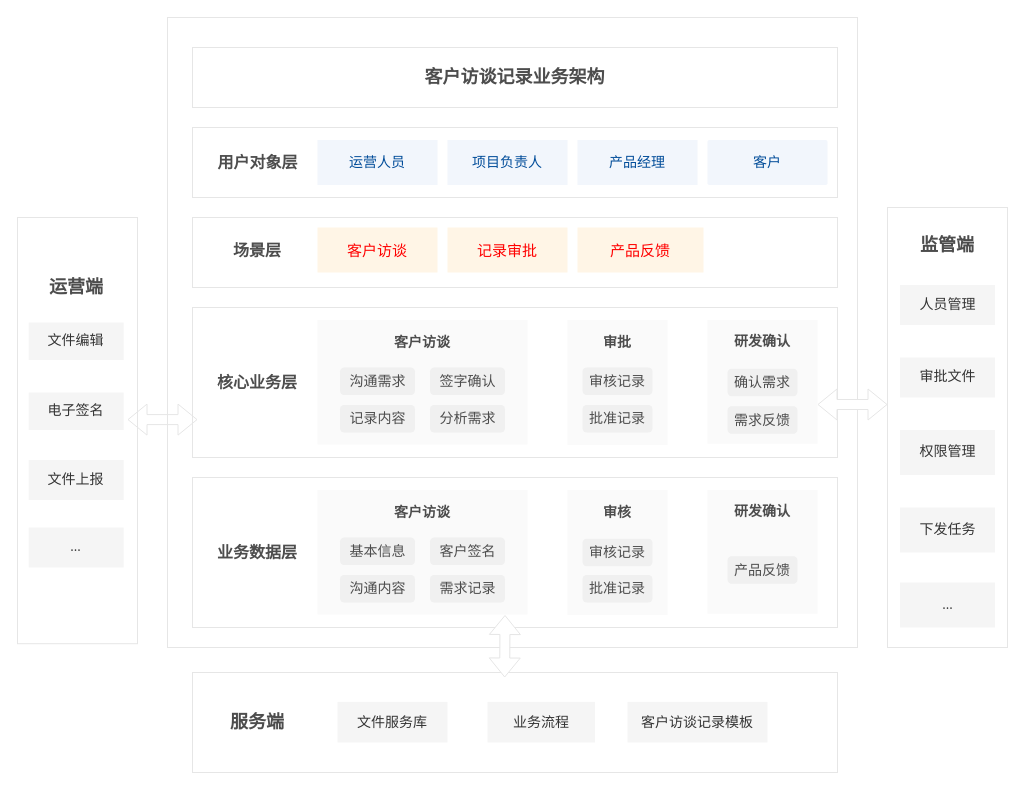
The draw.io diagram Copy of 客户访谈记录-业务架构图.drawio in hwt5813780/car, before the edit. Source tidied: cells renumbered, new cells numbered last; positions are measured from the earlier drawing's top-left corner, leaving out a move shared by most shapes. Both pictures are drawn from the tidied source at 100%, with x=0, y=0 at pixel (17, 17).
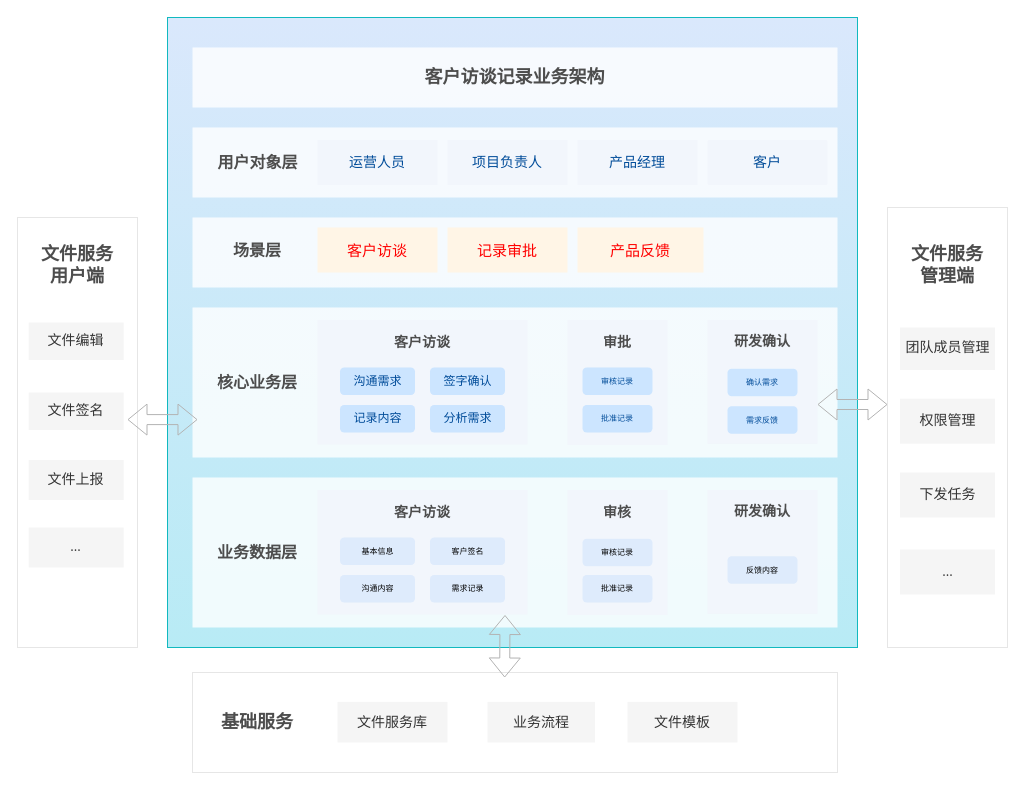
The same page after the edit.

Commit message:
Update Copy of 客户访谈记录-业务架构图.drawio

Unchanged cells that the change refers to:
```xml
<mxCell id="33" style="rounded=0;whiteSpace=wrap;html=1;fontFamily=Times New Roman;fontSize=18;strokeWidth=1;fillColor=#FFFFFF;strokeColor=#E6E6E6;" parent="1" vertex="1">
  <mxGeometry x="175" y="655" width="645" height="100" as="geometry" />
</mxCell>
```

The edit, as a diff of the source:
```diff
@@
-    <mxCell id="2" style="rounded=0;whiteSpace=wrap;html=1;strokeColor=#E6E6E6;" parent="1" vertex="1">
+    <mxCell id="2" style="rounded=0;whiteSpace=wrap;html=1;fillColor=#dae8fc;strokeColor=#11B9BF;gradientColor=#B8EBF5;gradientDirection=south;sketch=0;" parent="1" vertex="1">
       <mxGeometry x="150" width="690" height="630" as="geometry" />
     </mxCell>
-    <mxCell id="3" value="&lt;span style=&quot;font-size: 18px;&quot;&gt;客户访谈记录业务架构&lt;/span&gt;" style="rounded=0;whiteSpace=wrap;html=1;fontSize=18;fontStyle=1;strokeColor=#E6E6E6;fontColor=#4D4D4D;shadow=0;" parent="1" vertex="1">
+    <mxCell id="3" value="&lt;span style=&quot;font-size: 18px;&quot;&gt;客户访谈记录业务架构&lt;/span&gt;" style="rounded=0;whiteSpace=wrap;html=1;fontSize=18;fontStyle=1;strokeColor=none;fontColor=#4D4D4D;shadow=0;opacity=80;" parent="1" vertex="1">
       <mxGeometry x="175" y="30" width="645" height="60" as="geometry" />
     </mxCell>
-    <mxCell id="4" style="rounded=1;whiteSpace=wrap;html=1;fontSize=14;strokeColor=#E6E6E6;arcSize=0;shadow=0;" parent="1" vertex="1">
+    <mxCell id="4" style="rounded=1;whiteSpace=wrap;html=1;fontSize=14;strokeColor=none;arcSize=0;shadow=0;opacity=80;" parent="1" vertex="1">
       <mxGeometry x="175" y="110" width="645" height="70" as="geometry" />
     </mxCell>
@@
-    <mxCell id="10" style="rounded=1;whiteSpace=wrap;html=1;fontSize=14;strokeColor=#E6E6E6;arcSize=0;shadow=0;" parent="1" vertex="1">
+    <mxCell id="10" style="rounded=1;whiteSpace=wrap;html=1;fontSize=14;strokeColor=none;arcSize=0;shadow=0;opacity=80;" parent="1" vertex="1">
       <mxGeometry x="175" y="200" width="645" height="70" as="geometry" />
     </mxCell>
@@
-    <mxCell id="15" style="rounded=1;whiteSpace=wrap;html=1;fontSize=14;strokeColor=#E6E6E6;arcSize=0;shadow=0;glass=0;sketch=0;" parent="1" vertex="1">
+    <mxCell id="15" style="rounded=1;whiteSpace=wrap;html=1;fontSize=14;strokeColor=none;arcSize=0;shadow=0;glass=0;sketch=0;opacity=80;" parent="1" vertex="1">
       <mxGeometry x="175" y="290" width="645" height="150" as="geometry" />
     </mxCell>
@@
-    <mxCell id="17" style="rounded=1;whiteSpace=wrap;html=1;fontSize=14;fillColor=#FAFAFA;strokeColor=none;fontColor=#333333;arcSize=0;" parent="1" vertex="1">
+    <mxCell id="17" style="rounded=1;whiteSpace=wrap;html=1;fontSize=14;fillColor=#F2F6FC;strokeColor=none;fontColor=#333333;arcSize=0;" parent="1" vertex="1">
       <mxGeometry x="300" y="302.5" width="210" height="124.5" as="geometry" />
     </mxCell>
-    <mxCell id="18" style="rounded=1;whiteSpace=wrap;html=1;fontSize=14;fillColor=#FAFAFA;strokeColor=none;fontColor=#333333;arcSize=0;" parent="1" vertex="1">
+    <mxCell id="18" style="rounded=1;whiteSpace=wrap;html=1;fontSize=14;fillColor=#F2F6FC;strokeColor=none;fontColor=#333333;arcSize=0;" parent="1" vertex="1">
       <mxGeometry x="550" y="302.5" width="100" height="125" as="geometry" />
     </mxCell>
@@
-    <mxCell id="20" value="审核记录" style="rounded=1;whiteSpace=wrap;html=1;fontSize=14;fillColor=#F0F0F0;strokeColor=none;fontColor=#4D4D4D;" parent="1" vertex="1">
+    <mxCell id="20" value="审核记录" style="rounded=1;whiteSpace=wrap;html=1;fontSize=8;fillColor=#CCE5FF;strokeColor=none;fontColor=#004C99;" parent="1" vertex="1">
       <mxGeometry x="565" y="350" width="70" height="27.5" as="geometry" />
     </mxCell>
-    <mxCell id="21" value="批准记录" style="rounded=1;whiteSpace=wrap;html=1;fontSize=14;fillColor=#F0F0F0;strokeColor=none;fontColor=#4D4D4D;" parent="1" vertex="1">
+    <mxCell id="21" value="批准记录" style="rounded=1;whiteSpace=wrap;html=1;fontSize=8;fillColor=#CCE5FF;strokeColor=none;fontColor=#004C99;" parent="1" vertex="1">
       <mxGeometry x="565" y="387.5" width="70" height="27.5" as="geometry" />
     </mxCell>
-    <mxCell id="22" style="rounded=1;whiteSpace=wrap;html=1;fontSize=14;fillColor=#FAFAFA;strokeColor=none;fontColor=#333333;arcSize=0;" parent="1" vertex="1">
+    <mxCell id="22" style="rounded=1;whiteSpace=wrap;html=1;fontSize=14;fillColor=#F2F6FC;strokeColor=none;fontColor=#333333;arcSize=0;" parent="1" vertex="1">
       <mxGeometry x="690" y="302.5" width="110" height="123.8" as="geometry" />
     </mxCell>
@@
-    <mxCell id="24" value="确认需求" style="rounded=1;whiteSpace=wrap;html=1;fontSize=14;fillColor=#F0F0F0;strokeColor=none;fontColor=#4D4D4D;" parent="1" vertex="1">
+    <mxCell id="24" value="确认需求" style="rounded=1;whiteSpace=wrap;html=1;fontSize=8;fillColor=#CCE5FF;strokeColor=none;fontColor=#004C99;" parent="1" vertex="1">
       <mxGeometry x="710" y="351.2" width="70" height="27.5" as="geometry" />
     </mxCell>
-    <mxCell id="25" value="需求反馈" style="rounded=1;whiteSpace=wrap;html=1;fontSize=14;fillColor=#F0F0F0;strokeColor=none;fontColor=#4D4D4D;" parent="1" vertex="1">
+    <mxCell id="25" value="需求反馈" style="rounded=1;whiteSpace=wrap;html=1;fontSize=8;fillColor=#CCE5FF;strokeColor=none;fontColor=#004C99;" parent="1" vertex="1">
       <mxGeometry x="710" y="388.8" width="70" height="27.5" as="geometry" />
     </mxCell>
@@
-    <mxCell id="27" value="监管端" style="text;html=1;strokeColor=none;fillColor=none;align=center;verticalAlign=middle;whiteSpace=wrap;rounded=0;fontSize=18;fontStyle=1;fontColor=#4D4D4D;" parent="1" vertex="1">
-      <mxGeometry x="890" y="212.5" width="80" height="30" as="geometry" />
+    <mxCell id="27" value="文件服务管理端" style="text;html=1;strokeColor=none;fillColor=none;align=center;verticalAlign=middle;whiteSpace=wrap;rounded=0;fontSize=18;fontStyle=1;fontColor=#4D4D4D;" parent="1" vertex="1">
+      <mxGeometry x="890" y="232.8" width="80" height="30" as="geometry" />
     </mxCell>
-    <mxCell id="28" value="审批文件" style="rounded=1;whiteSpace=wrap;html=1;fontFamily=Times New Roman;fontSize=14;strokeWidth=1;fillColor=#f5f5f5;fontColor=#333333;strokeColor=none;arcSize=0;" parent="1" vertex="1">
-      <mxGeometry x="882.5" y="340" width="95" height="40" as="geometry" />
-    </mxCell>
     <mxCell id="29" value="权限管理" style="rounded=1;whiteSpace=wrap;html=1;fontFamily=Times New Roman;fontSize=14;strokeWidth=1;fillColor=#f5f5f5;fontColor=#333333;strokeColor=none;arcSize=0;" parent="1" vertex="1">
-      <mxGeometry x="882.5" y="412.5" width="95" height="45" as="geometry" />
+      <mxGeometry x="882.5" y="381.2" width="95" height="45" as="geometry" />
     </mxCell>
     <mxCell id="30" style="rounded=0;whiteSpace=wrap;html=1;fontFamily=Times New Roman;fontSize=18;strokeWidth=1;fillColor=#FFFFFF;strokeColor=#E6E6E6;" parent="1" vertex="1">
-      <mxGeometry y="200" width="120" height="426.2" as="geometry" />
+      <mxGeometry y="200" width="120" height="430" as="geometry" />
     </mxCell>
-    <mxCell id="31" value="运营端" style="text;html=1;strokeColor=none;fillColor=none;align=center;verticalAlign=middle;whiteSpace=wrap;rounded=0;fontSize=18;fontStyle=1;fontColor=#4D4D4D;" parent="1" vertex="1">
-      <mxGeometry x="18.8" y="255" width="80" height="30" as="geometry" />
+    <mxCell id="31" value="文件服务&lt;br&gt;用户端" style="text;html=1;strokeColor=none;fillColor=none;align=center;verticalAlign=middle;whiteSpace=wrap;rounded=0;fontSize=18;fontStyle=1;fontColor=#4D4D4D;" parent="1" vertex="1">
+      <mxGeometry x="20" y="232.8" width="80" height="30" as="geometry" />
     </mxCell>
@@
-    <mxCell id="34" value="服务端" style="text;html=1;strokeColor=none;fillColor=none;align=center;verticalAlign=middle;whiteSpace=wrap;rounded=0;fontSize=18;fontStyle=1;fontColor=#4D4D4D;" parent="1" vertex="1">
+    <mxCell id="34" value="基础服务" style="text;html=1;strokeColor=none;fillColor=none;align=center;verticalAlign=middle;whiteSpace=wrap;rounded=0;fontSize=18;fontStyle=1;fontColor=#4D4D4D;" parent="1" vertex="1">
       <mxGeometry x="200" y="690" width="80" height="30" as="geometry" />
     </mxCell>
@@
-    <mxCell id="37" value="客户访谈记录模板" style="rounded=1;whiteSpace=wrap;html=1;fontSize=14;fillColor=#f5f5f5;fontColor=#333333;strokeColor=none;arcSize=0;" parent="1" vertex="1">
-      <mxGeometry x="610" y="684.4" width="140" height="40.6" as="geometry" />
+    <mxCell id="37" value="文件模板" style="rounded=1;whiteSpace=wrap;html=1;fontSize=14;fillColor=#f5f5f5;fontColor=#333333;strokeColor=none;arcSize=0;" parent="1" vertex="1">
+      <mxGeometry x="610" y="684.4" width="110" height="40.6" as="geometry" />
     </mxCell>
@@
     <mxCell id="39" value="下发任务" style="rounded=1;whiteSpace=wrap;html=1;fontFamily=Times New Roman;fontSize=14;strokeWidth=1;fillColor=#f5f5f5;fontColor=#333333;strokeColor=none;arcSize=0;" parent="1" vertex="1">
-      <mxGeometry x="882.5" y="490" width="95" height="45" as="geometry" />
+      <mxGeometry x="882.5" y="455" width="95" height="45" as="geometry" />
     </mxCell>
     <mxCell id="40" value="..." style="rounded=1;whiteSpace=wrap;html=1;fontFamily=Times New Roman;fontSize=14;strokeWidth=1;fillColor=#f5f5f5;fontColor=#333333;strokeColor=none;arcSize=0;" parent="1" vertex="1">
-      <mxGeometry x="882.5" y="565" width="95" height="45" as="geometry" />
+      <mxGeometry x="882.5" y="532" width="95" height="45" as="geometry" />
     </mxCell>
-    <mxCell id="41" value="人员管理" style="rounded=1;whiteSpace=wrap;html=1;fontFamily=Times New Roman;fontSize=14;strokeWidth=1;fillColor=#f5f5f5;fontColor=#333333;strokeColor=none;arcSize=0;" parent="1" vertex="1">
-      <mxGeometry x="882.5" y="267.5" width="95" height="40" as="geometry" />
+    <mxCell id="41" value="团队成员管理" style="rounded=1;whiteSpace=wrap;html=1;fontFamily=Times New Roman;fontSize=14;strokeWidth=1;fillColor=#f5f5f5;fontColor=#333333;strokeColor=none;arcSize=0;" parent="1" vertex="1">
+      <mxGeometry x="882.5" y="310" width="95" height="42.5" as="geometry" />
     </mxCell>
@@
-    <mxCell id="44" value="沟通需求" style="rounded=1;whiteSpace=wrap;html=1;fontSize=14;fillColor=#F0F0F0;strokeColor=none;fontColor=#4D4D4D;" parent="1" vertex="1">
+    <mxCell id="44" value="沟通需求" style="rounded=1;whiteSpace=wrap;html=1;fontSize=12;fillColor=#CCE5FF;strokeColor=none;fontColor=#004C99;" parent="1" vertex="1">
       <mxGeometry x="322.5" y="350" width="75" height="27.5" as="geometry" />
     </mxCell>
-    <mxCell id="45" value="记录内容" style="rounded=1;whiteSpace=wrap;html=1;fontSize=14;fillColor=#F0F0F0;strokeColor=none;fontColor=#4D4D4D;" parent="1" vertex="1">
+    <mxCell id="45" value="记录内容" style="rounded=1;whiteSpace=wrap;html=1;fontSize=12;fillColor=#CCE5FF;strokeColor=none;fontColor=#004C99;" parent="1" vertex="1">
       <mxGeometry x="322.5" y="387.5" width="75" height="27.5" as="geometry" />
     </mxCell>
-    <mxCell id="46" value="签字确认" style="rounded=1;whiteSpace=wrap;html=1;fontSize=14;fillColor=#F0F0F0;strokeColor=none;fontColor=#4D4D4D;" parent="1" vertex="1">
+    <mxCell id="46" value="签字确认" style="rounded=1;whiteSpace=wrap;html=1;fontSize=12;fillColor=#CCE5FF;strokeColor=none;fontColor=#004C99;" parent="1" vertex="1">
       <mxGeometry x="412.5" y="350" width="75" height="27.5" as="geometry" />
     </mxCell>
-    <mxCell id="47" value="分析需求" style="rounded=1;whiteSpace=wrap;html=1;fontSize=14;fillColor=#F0F0F0;strokeColor=none;fontColor=#4D4D4D;" parent="1" vertex="1">
+    <mxCell id="47" value="分析需求" style="rounded=1;whiteSpace=wrap;html=1;fontSize=12;fillColor=#CCE5FF;strokeColor=none;fontColor=#004C99;" parent="1" vertex="1">
       <mxGeometry x="412.5" y="387.5" width="75" height="27.5" as="geometry" />
     </mxCell>
-    <mxCell id="48" style="rounded=1;whiteSpace=wrap;html=1;fontSize=14;strokeColor=#E6E6E6;arcSize=0;shadow=0;labelBackgroundColor=none;sketch=0;" parent="1" vertex="1">
+    <mxCell id="48" style="rounded=1;whiteSpace=wrap;html=1;fontSize=14;strokeColor=none;arcSize=0;shadow=0;labelBackgroundColor=none;sketch=0;opacity=80;" parent="1" vertex="1">
       <mxGeometry x="175" y="460" width="645" height="150" as="geometry" />
     </mxCell>
@@
-    <mxCell id="50" style="rounded=1;whiteSpace=wrap;html=1;fontSize=14;fillColor=#FAFAFA;strokeColor=none;fontColor=#333333;arcSize=0;" parent="1" vertex="1">
+    <mxCell id="50" style="rounded=1;whiteSpace=wrap;html=1;fontSize=14;fillColor=#F2F6FC;strokeColor=none;fontColor=#333333;arcSize=0;" parent="1" vertex="1">
       <mxGeometry x="300" y="472.5" width="210" height="124.5" as="geometry" />
     </mxCell>
-    <mxCell id="51" style="rounded=1;whiteSpace=wrap;html=1;fontSize=14;fillColor=#FAFAFA;strokeColor=none;fontColor=#333333;arcSize=0;" parent="1" vertex="1">
+    <mxCell id="51" style="rounded=1;whiteSpace=wrap;html=1;fontSize=14;fillColor=#F2F6FC;strokeColor=none;fontColor=#333333;arcSize=0;" parent="1" vertex="1">
       <mxGeometry x="550" y="472.5" width="100" height="125" as="geometry" />
     </mxCell>
@@
-    <mxCell id="53" value="审核记录" style="rounded=1;whiteSpace=wrap;html=1;fontSize=14;fillColor=#F0F0F0;strokeColor=none;fontColor=#4D4D4D;" parent="1" vertex="1">
+    <mxCell id="53" value="审核记录" style="rounded=1;whiteSpace=wrap;html=1;fontSize=8;fillColor=#DEEBFC;strokeColor=none;" parent="1" vertex="1">
       <mxGeometry x="565" y="521.2" width="70" height="27.5" as="geometry" />
     </mxCell>
-    <mxCell id="54" style="rounded=1;whiteSpace=wrap;html=1;fontSize=14;fillColor=#FAFAFA;strokeColor=none;fontColor=#333333;arcSize=0;" parent="1" vertex="1">
+    <mxCell id="54" style="rounded=1;whiteSpace=wrap;html=1;fontSize=14;fillColor=#F2F6FC;strokeColor=none;fontColor=#333333;arcSize=0;" parent="1" vertex="1">
       <mxGeometry x="690" y="472.5" width="110" height="123.8" as="geometry" />
     </mxCell>
@@
-    <mxCell id="56" value="产品反馈" style="rounded=1;whiteSpace=wrap;html=1;fontSize=14;fillColor=#F0F0F0;strokeColor=none;fontColor=#4D4D4D;" parent="1" vertex="1">
+    <mxCell id="56" value="反馈内容" style="rounded=1;whiteSpace=wrap;html=1;fontSize=8;fillColor=#DEEBFC;strokeColor=none;" parent="1" vertex="1">
       <mxGeometry x="710" y="538.8" width="70" height="27.5" as="geometry" />
     </mxCell>
@@
-    <mxCell id="58" value="基本信息" style="rounded=1;whiteSpace=wrap;html=1;fontSize=14;fillColor=#F0F0F0;strokeColor=none;fontColor=#4D4D4D;" parent="1" vertex="1">
+    <mxCell id="58" value="基本信息" style="rounded=1;whiteSpace=wrap;html=1;fontSize=8;fillColor=#DEEBFC;strokeColor=none;" parent="1" vertex="1">
       <mxGeometry x="322.5" y="520" width="75" height="27.5" as="geometry" />
     </mxCell>
-    <mxCell id="59" value="沟通内容" style="rounded=1;whiteSpace=wrap;html=1;fontSize=14;fillColor=#F0F0F0;strokeColor=none;fontColor=#4D4D4D;" parent="1" vertex="1">
+    <mxCell id="59" value="沟通内容" style="rounded=1;whiteSpace=wrap;html=1;fontSize=8;fillColor=#DEEBFC;strokeColor=none;" parent="1" vertex="1">
       <mxGeometry x="322.5" y="557.5" width="75" height="27.5" as="geometry" />
     </mxCell>
-    <mxCell id="60" value="客户签名" style="rounded=1;whiteSpace=wrap;html=1;fontSize=14;fillColor=#F0F0F0;strokeColor=none;fontColor=#4D4D4D;" parent="1" vertex="1">
+    <mxCell id="60" value="客户签名" style="rounded=1;whiteSpace=wrap;html=1;fontSize=8;fillColor=#DEEBFC;strokeColor=none;" parent="1" vertex="1">
       <mxGeometry x="412.5" y="520" width="75" height="27.5" as="geometry" />
     </mxCell>
-    <mxCell id="61" value="需求记录" style="rounded=1;whiteSpace=wrap;html=1;fontSize=14;fillColor=#F0F0F0;strokeColor=none;fontColor=#4D4D4D;" parent="1" vertex="1">
+    <mxCell id="61" value="需求记录" style="rounded=1;whiteSpace=wrap;html=1;fontSize=8;fillColor=#DEEBFC;strokeColor=none;" parent="1" vertex="1">
       <mxGeometry x="412.5" y="557.5" width="75" height="27.5" as="geometry" />
     </mxCell>
-    <mxCell id="62" value="电子签名" style="rounded=1;whiteSpace=wrap;html=1;fontFamily=Times New Roman;fontSize=14;strokeWidth=1;fillColor=#f5f5f5;fontColor=#333333;strokeColor=none;arcSize=0;" parent="1" vertex="1">
+    <mxCell id="62" value="文件签名" style="rounded=1;whiteSpace=wrap;html=1;fontFamily=Times New Roman;fontSize=14;strokeWidth=1;fillColor=#f5f5f5;fontColor=#333333;strokeColor=none;arcSize=0;" parent="1" vertex="1">
       <mxGeometry x="11.2" y="375" width="95" height="37.5" as="geometry" />
     </mxCell>
-    <mxCell id="63" style="shape=flexArrow;endArrow=classic;startArrow=classic;html=1;rounded=0;fontSize=15;fontColor=#4D4D4D;strokeColor=#E6E6E6;fillColor=default;" parent="1" edge="1">
+    <mxCell id="63" style="shape=flexArrow;endArrow=classic;startArrow=classic;html=1;rounded=0;fontSize=15;fontColor=#4D4D4D;strokeColor=#B3B3B3;" parent="1" edge="1">
       <mxGeometry relative="1" as="geometry">
         <mxPoint x="800" y="387" as="sourcePoint" />
         <mxPoint x="870" y="387" as="targetPoint" />
       </mxGeometry>
     </mxCell>
-    <mxCell id="64" style="shape=flexArrow;endArrow=classic;startArrow=classic;html=1;rounded=0;fontSize=15;fontColor=#4D4D4D;strokeColor=#E6E6E6;" parent="1" edge="1">
+    <mxCell id="64" style="shape=flexArrow;endArrow=classic;startArrow=classic;html=1;rounded=0;fontSize=15;fontColor=#4D4D4D;strokeColor=#B3B3B3;" parent="1" edge="1">
       <mxGeometry relative="1" as="geometry">
         <mxPoint x="110" y="402.1" as="sourcePoint" />
         <mxPoint x="180" y="402.1" as="targetPoint" />
       </mxGeometry>
     </mxCell>
-    <mxCell id="65" style="shape=flexArrow;endArrow=classic;startArrow=classic;html=1;rounded=0;fontSize=15;fontColor=#4D4D4D;strokeColor=#E6E6E6;fillColor=default;entryX=0.484;entryY=0.05;entryDx=0;entryDy=0;entryPerimeter=0;" parent="1" edge="1" target="33">
+    <mxCell id="65" style="shape=flexArrow;endArrow=classic;startArrow=classic;html=1;rounded=0;fontSize=15;fontColor=#4D4D4D;entryX=0.484;entryY=0.05;entryDx=0;entryDy=0;entryPerimeter=0;strokeColor=#B3B3B3;" parent="1" edge="1" target="33">
       <mxGeometry relative="1" as="geometry">
         <mxPoint x="487.5" y="597.5" as="sourcePoint" />
       </mxGeometry>
     </mxCell>
-    <mxCell id="66" value="批准记录" style="rounded=1;whiteSpace=wrap;html=1;fontSize=14;fillColor=#F0F0F0;strokeColor=none;fontColor=#4D4D4D;" parent="1" vertex="1">
+    <mxCell id="66" value="批准记录" style="rounded=1;whiteSpace=wrap;html=1;fontSize=8;fillColor=#DEEBFC;strokeColor=none;" parent="1" vertex="1">
       <mxGeometry x="565" y="557.5" width="70" height="27.5" as="geometry" />
     </mxCell>
```
